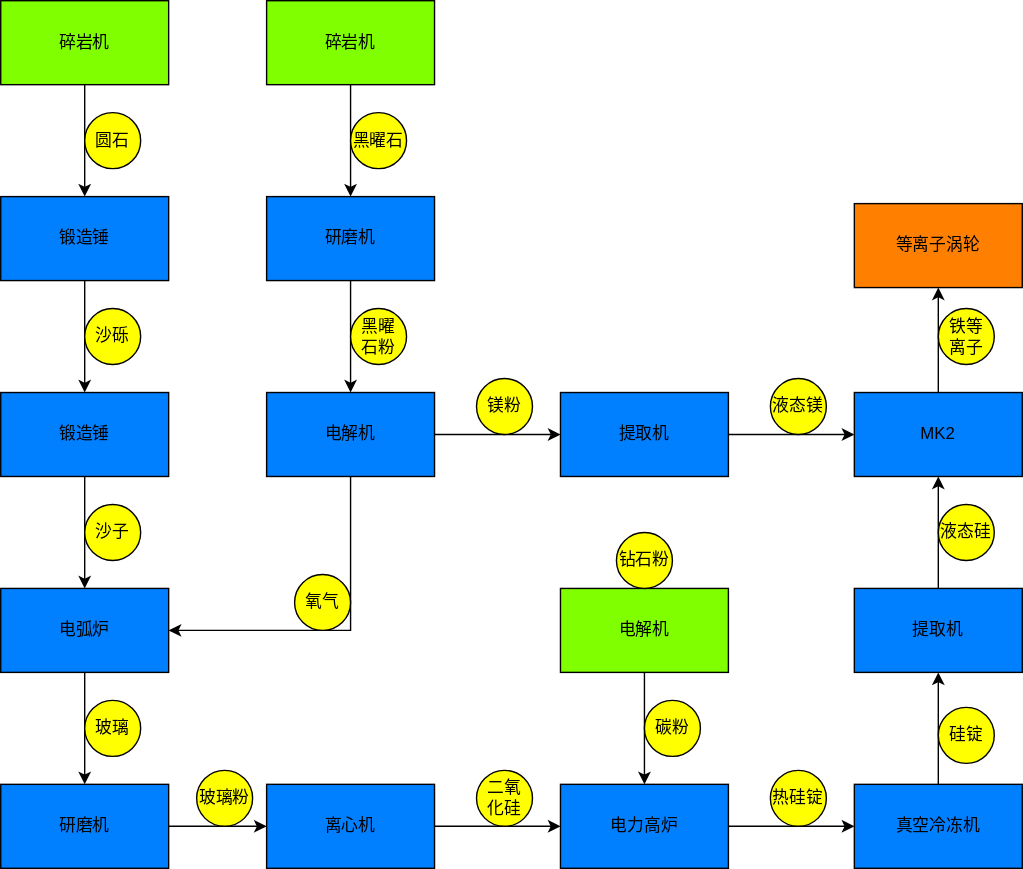
Alendill/demo keeps this draw.io diagram as demo.svg. Above is the earlier version. Source tidied: cells renumbered, new cells last; positions are measured from the earlier drawing's top-left corner, leaving out a move shared by most shapes. The source it was exported from:
```xml
<mxGraphModel>
  <root>
    <mxCell id="0" />
    <mxCell id="1" parent="0" />
    <mxCell id="2" style="edgeStyle=orthogonalEdgeStyle;rounded=0;jettySize=auto;html=1;" parent="1" edge="1" source="3" target="5">
      <mxGeometry relative="1" as="geometry" />
    </mxCell>
    <mxCell id="3" value="碎岩机" style="rounded=0;whiteSpace=wrap;html=1;fillColor=#80FF00;" parent="1" vertex="1">
      <mxGeometry width="120" height="60" as="geometry" />
    </mxCell>
    <mxCell id="4" style="edgeStyle=orthogonalEdgeStyle;rounded=0;jettySize=auto;html=1;exitX=0.5;exitY=1;exitDx=0;exitDy=0;entryX=0.5;entryY=0;entryDx=0;entryDy=0;" parent="1" edge="1" source="5" target="7">
      <mxGeometry relative="1" as="geometry" />
    </mxCell>
    <mxCell id="5" value="锻造锤" style="rounded=0;whiteSpace=wrap;html=1;fillColor=#007FFF;" parent="1" vertex="1">
      <mxGeometry y="140" width="120" height="60" as="geometry" />
    </mxCell>
    <mxCell id="6" style="edgeStyle=orthogonalEdgeStyle;rounded=0;jettySize=auto;html=1;" parent="1" edge="1" source="7" target="9">
      <mxGeometry relative="1" as="geometry" />
    </mxCell>
    <mxCell id="7" value="锻造锤" style="whiteSpace=wrap;html=1;fillColor=#007FFF;" parent="1" vertex="1">
      <mxGeometry y="280" width="120" height="60" as="geometry" />
    </mxCell>
    <mxCell id="8" style="edgeStyle=orthogonalEdgeStyle;rounded=0;jettySize=auto;html=1;" parent="1" edge="1" source="9" target="18">
      <mxGeometry relative="1" as="geometry" />
    </mxCell>
    <mxCell id="9" value="电弧炉" style="whiteSpace=wrap;html=1;fillColor=#007FFF;" parent="1" vertex="1">
      <mxGeometry y="420" width="120" height="60" as="geometry" />
    </mxCell>
    <mxCell id="10" style="edgeStyle=orthogonalEdgeStyle;rounded=0;jettySize=auto;html=1;" parent="1" edge="1" source="11" target="13">
      <mxGeometry relative="1" as="geometry" />
    </mxCell>
    <mxCell id="11" value="碎岩机" style="whiteSpace=wrap;html=1;fillColor=#80FF00;" parent="1" vertex="1">
      <mxGeometry x="190" width="120" height="60" as="geometry" />
    </mxCell>
    <mxCell id="12" style="edgeStyle=orthogonalEdgeStyle;rounded=0;jettySize=auto;html=1;" parent="1" edge="1" source="13" target="16">
      <mxGeometry relative="1" as="geometry" />
    </mxCell>
    <mxCell id="13" value="研磨机" style="whiteSpace=wrap;html=1;fillColor=#007FFF;" parent="1" vertex="1">
      <mxGeometry x="190" y="140" width="120" height="60" as="geometry" />
    </mxCell>
    <mxCell id="14" style="edgeStyle=orthogonalEdgeStyle;rounded=0;jettySize=auto;html=1;exitX=0.5;exitY=1;exitDx=0;exitDy=0;entryX=1;entryY=0.5;entryDx=0;entryDy=0;" parent="1" edge="1" source="16" target="9">
      <mxGeometry relative="1" as="geometry" />
    </mxCell>
    <mxCell id="15" style="edgeStyle=orthogonalEdgeStyle;rounded=0;jettySize=auto;html=1;" parent="1" edge="1" source="16" target="28">
      <mxGeometry relative="1" as="geometry" />
    </mxCell>
    <mxCell id="16" value="电解机" style="whiteSpace=wrap;html=1;fillColor=#007FFF;" parent="1" vertex="1">
      <mxGeometry x="190" y="280" width="120" height="60" as="geometry" />
    </mxCell>
    <mxCell id="17" style="edgeStyle=orthogonalEdgeStyle;rounded=0;jettySize=auto;html=1;entryX=0;entryY=0.5;entryDx=0;entryDy=0;" parent="1" edge="1" source="18" target="20">
      <mxGeometry relative="1" as="geometry" />
    </mxCell>
    <mxCell id="18" value="研磨机" style="whiteSpace=wrap;html=1;fillColor=#007FFF;" parent="1" vertex="1">
      <mxGeometry y="560" width="120" height="60" as="geometry" />
    </mxCell>
    <mxCell id="19" style="edgeStyle=orthogonalEdgeStyle;rounded=0;jettySize=auto;html=1;" parent="1" edge="1" source="20" target="22">
      <mxGeometry relative="1" as="geometry" />
    </mxCell>
    <mxCell id="20" value="离心机" style="whiteSpace=wrap;html=1;fillColor=#007FFF;" parent="1" vertex="1">
      <mxGeometry x="190" y="560" width="120" height="60" as="geometry" />
    </mxCell>
    <mxCell id="21" style="edgeStyle=orthogonalEdgeStyle;rounded=0;jettySize=auto;html=1;" parent="1" edge="1" source="22" target="24">
      <mxGeometry relative="1" as="geometry" />
    </mxCell>
    <mxCell id="22" value="电力高炉" style="whiteSpace=wrap;html=1;fillColor=#007FFF;" parent="1" vertex="1">
      <mxGeometry x="400" y="560" width="120" height="60" as="geometry" />
    </mxCell>
    <mxCell id="23" style="edgeStyle=orthogonalEdgeStyle;rounded=0;jettySize=auto;html=1;" parent="1" edge="1" source="24" target="26">
      <mxGeometry relative="1" as="geometry" />
    </mxCell>
    <mxCell id="24" value="真空冷冻机" style="whiteSpace=wrap;html=1;fillColor=#007FFF;" parent="1" vertex="1">
      <mxGeometry x="610" y="560" width="120" height="60" as="geometry" />
    </mxCell>
    <mxCell id="25" style="edgeStyle=orthogonalEdgeStyle;rounded=0;jettySize=auto;html=1;entryX=0.5;entryY=1;entryDx=0;entryDy=0;" parent="1" edge="1" source="26" target="30">
      <mxGeometry relative="1" as="geometry" />
    </mxCell>
    <mxCell id="26" value="提取机" style="whiteSpace=wrap;html=1;fillColor=#007FFF;" parent="1" vertex="1">
      <mxGeometry x="610" y="420" width="120" height="60" as="geometry" />
    </mxCell>
    <mxCell id="27" style="edgeStyle=orthogonalEdgeStyle;rounded=0;jettySize=auto;html=1;entryX=0;entryY=0.5;entryDx=0;entryDy=0;" parent="1" edge="1" source="28" target="30">
      <mxGeometry relative="1" as="geometry" />
    </mxCell>
    <mxCell id="28" value="提取机" style="whiteSpace=wrap;html=1;fillColor=#007FFF;" parent="1" vertex="1">
      <mxGeometry x="400" y="280" width="120" height="60" as="geometry" />
    </mxCell>
    <mxCell id="29" style="edgeStyle=orthogonalEdgeStyle;rounded=0;jettySize=auto;html=1;entryX=0.5;entryY=1;entryDx=0;entryDy=0;" parent="1" edge="1" source="30" target="31">
      <mxGeometry relative="1" as="geometry" />
    </mxCell>
    <mxCell id="30" value="MK2" style="whiteSpace=wrap;html=1;fillColor=#007FFF;" parent="1" vertex="1">
      <mxGeometry x="610" y="280" width="120" height="60" as="geometry" />
    </mxCell>
    <mxCell id="31" value="等离子涡轮" style="whiteSpace=wrap;html=1;fillColor=#FF8000;" parent="1" vertex="1">
      <mxGeometry x="610" y="145" width="120" height="60" as="geometry" />
    </mxCell>
    <mxCell id="32" value="氧气" style="ellipse;whiteSpace=wrap;html=1;fillColor=#FFFF00;" parent="1" vertex="1">
      <mxGeometry x="210" y="410" width="40" height="40" as="geometry" />
    </mxCell>
    <mxCell id="33" value="圆石" style="ellipse;whiteSpace=wrap;html=1;fillColor=#FFFF00;" parent="1" vertex="1">
      <mxGeometry x="60" y="80" width="40" height="40" as="geometry" />
    </mxCell>
    <mxCell id="34" value="沙砾" style="ellipse;whiteSpace=wrap;html=1;fillColor=#FFFF00;" parent="1" vertex="1">
      <mxGeometry x="60" y="220" width="40" height="40" as="geometry" />
    </mxCell>
    <mxCell id="35" value="沙子" style="ellipse;whiteSpace=wrap;html=1;fillColor=#FFFF00;" parent="1" vertex="1">
      <mxGeometry x="60" y="360" width="40" height="40" as="geometry" />
    </mxCell>
    <mxCell id="36" value="热硅锭" style="ellipse;whiteSpace=wrap;html=1;fillColor=#FFFF00;" parent="1" vertex="1">
      <mxGeometry x="550" y="550" width="40" height="40" as="geometry" />
    </mxCell>
    <mxCell id="37" value="玻璃" style="ellipse;whiteSpace=wrap;html=1;fillColor=#FFFF00;" parent="1" vertex="1">
      <mxGeometry x="60" y="500" width="40" height="40" as="geometry" />
    </mxCell>
    <mxCell id="38" value="玻璃粉" style="ellipse;whiteSpace=wrap;html=1;fillColor=#FFFF00;" parent="1" vertex="1">
      <mxGeometry x="140" y="550" width="40" height="40" as="geometry" />
    </mxCell>
    <mxCell id="39" value="二氧&lt;br&gt;化硅" style="ellipse;whiteSpace=wrap;html=1;fillColor=#FFFF00;" parent="1" vertex="1">
      <mxGeometry x="340" y="550" width="40" height="40" as="geometry" />
    </mxCell>
    <mxCell id="40" value="硅锭" style="ellipse;whiteSpace=wrap;html=1;fillColor=#FFFF00;" parent="1" vertex="1">
      <mxGeometry x="670" y="505" width="40" height="40" as="geometry" />
    </mxCell>
    <mxCell id="41" value="液态硅" style="ellipse;whiteSpace=wrap;html=1;fillColor=#FFFF00;" parent="1" vertex="1">
      <mxGeometry x="670" y="360" width="40" height="40" as="geometry" />
    </mxCell>
    <mxCell id="42" style="edgeStyle=orthogonalEdgeStyle;rounded=0;jettySize=auto;html=1;entryX=0.5;entryY=0;entryDx=0;entryDy=0;" parent="1" edge="1" source="43" target="22">
      <mxGeometry relative="1" as="geometry" />
    </mxCell>
    <mxCell id="43" value="电解机" style="whiteSpace=wrap;html=1;fillColor=#80FF00;" parent="1" vertex="1">
      <mxGeometry x="400" y="420" width="120" height="60" as="geometry" />
    </mxCell>
    <mxCell id="44" value="碳粉" style="ellipse;whiteSpace=wrap;html=1;fillColor=#FFFF00;" parent="1" vertex="1">
      <mxGeometry x="460" y="500" width="40" height="40" as="geometry" />
    </mxCell>
    <mxCell id="45" value="钻石粉" style="ellipse;whiteSpace=wrap;html=1;fillColor=#FFFF00;" parent="1" vertex="1">
      <mxGeometry x="440" y="380" width="40" height="40" as="geometry" />
    </mxCell>
    <mxCell id="46" value="黑曜石" style="ellipse;whiteSpace=wrap;html=1;fillColor=#FFFF00;" parent="1" vertex="1">
      <mxGeometry x="250" y="80" width="40" height="40" as="geometry" />
    </mxCell>
    <mxCell id="47" value="黑曜&lt;br&gt;石粉" style="ellipse;whiteSpace=wrap;html=1;fillColor=#FFFF00;" parent="1" vertex="1">
      <mxGeometry x="250" y="220" width="40" height="40" as="geometry" />
    </mxCell>
    <mxCell id="48" value="镁粉" style="ellipse;whiteSpace=wrap;html=1;fillColor=#FFFF00;" parent="1" vertex="1">
      <mxGeometry x="340" y="270" width="40" height="40" as="geometry" />
    </mxCell>
    <mxCell id="49" value="液态镁" style="ellipse;whiteSpace=wrap;html=1;fillColor=#FFFF00;" parent="1" vertex="1">
      <mxGeometry x="550" y="270" width="40" height="40" as="geometry" />
    </mxCell>
    <mxCell id="50" value="铁等&lt;br&gt;离子" style="ellipse;whiteSpace=wrap;html=1;fillColor=#FFFF00;" parent="1" vertex="1">
      <mxGeometry x="670" y="220" width="40" height="40" as="geometry" />
    </mxCell>
  </root>
</mxGraphModel>
```
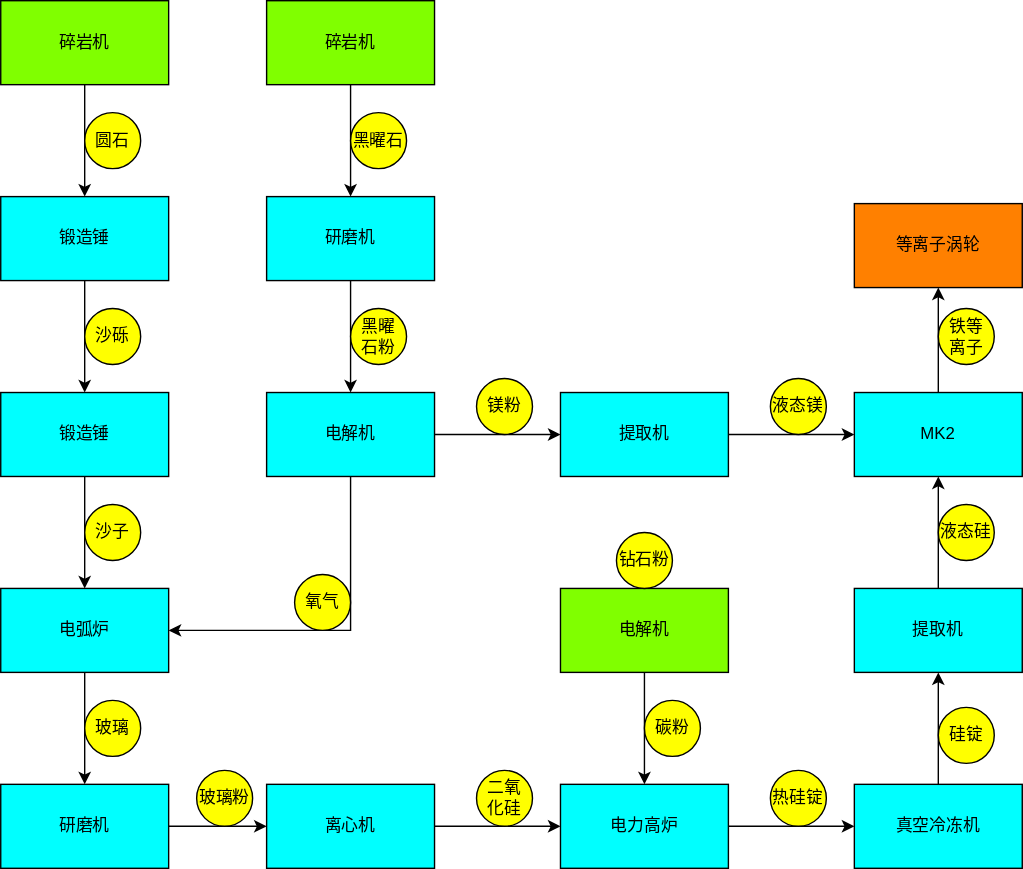
The same file after the commit.

Change to the diagram source:
```diff
@@ -11,19 +11,19 @@
     <mxCell id="4" style="edgeStyle=orthogonalEdgeStyle;rounded=0;jettySize=auto;html=1;exitX=0.5;exitY=1;exitDx=0;exitDy=0;entryX=0.5;entryY=0;entryDx=0;entryDy=0;" parent="1" edge="1" source="5" target="7">
       <mxGeometry relative="1" as="geometry" />
     </mxCell>
-    <mxCell id="5" value="锻造锤" style="rounded=0;whiteSpace=wrap;html=1;fillColor=#007FFF;" parent="1" vertex="1">
+    <mxCell id="5" value="锻造锤" style="rounded=0;whiteSpace=wrap;html=1;fillColor=#00FFFF;" parent="1" vertex="1">
       <mxGeometry y="140" width="120" height="60" as="geometry" />
     </mxCell>
     <mxCell id="6" style="edgeStyle=orthogonalEdgeStyle;rounded=0;jettySize=auto;html=1;" parent="1" edge="1" source="7" target="9">
       <mxGeometry relative="1" as="geometry" />
     </mxCell>
-    <mxCell id="7" value="锻造锤" style="whiteSpace=wrap;html=1;fillColor=#007FFF;" parent="1" vertex="1">
+    <mxCell id="7" value="锻造锤" style="whiteSpace=wrap;html=1;fillColor=#00FFFF;" parent="1" vertex="1">
       <mxGeometry y="280" width="120" height="60" as="geometry" />
     </mxCell>
     <mxCell id="8" style="edgeStyle=orthogonalEdgeStyle;rounded=0;jettySize=auto;html=1;" parent="1" edge="1" source="9" target="18">
       <mxGeometry relative="1" as="geometry" />
     </mxCell>
-    <mxCell id="9" value="电弧炉" style="whiteSpace=wrap;html=1;fillColor=#007FFF;" parent="1" vertex="1">
+    <mxCell id="9" value="电弧炉" style="whiteSpace=wrap;html=1;fillColor=#00FFFF;" parent="1" vertex="1">
       <mxGeometry y="420" width="120" height="60" as="geometry" />
     </mxCell>
     <mxCell id="10" style="edgeStyle=orthogonalEdgeStyle;rounded=0;jettySize=auto;html=1;" parent="1" edge="1" source="11" target="13">
@@ -35,7 +35,7 @@
     <mxCell id="12" style="edgeStyle=orthogonalEdgeStyle;rounded=0;jettySize=auto;html=1;" parent="1" edge="1" source="13" target="16">
       <mxGeometry relative="1" as="geometry" />
     </mxCell>
-    <mxCell id="13" value="研磨机" style="whiteSpace=wrap;html=1;fillColor=#007FFF;" parent="1" vertex="1">
+    <mxCell id="13" value="研磨机" style="whiteSpace=wrap;html=1;fillColor=#00FFFF;" parent="1" vertex="1">
       <mxGeometry x="190" y="140" width="120" height="60" as="geometry" />
     </mxCell>
     <mxCell id="14" style="edgeStyle=orthogonalEdgeStyle;rounded=0;jettySize=auto;html=1;exitX=0.5;exitY=1;exitDx=0;exitDy=0;entryX=1;entryY=0.5;entryDx=0;entryDy=0;" parent="1" edge="1" source="16" target="9">
@@ -44,49 +44,49 @@
     <mxCell id="15" style="edgeStyle=orthogonalEdgeStyle;rounded=0;jettySize=auto;html=1;" parent="1" edge="1" source="16" target="28">
       <mxGeometry relative="1" as="geometry" />
     </mxCell>
-    <mxCell id="16" value="电解机" style="whiteSpace=wrap;html=1;fillColor=#007FFF;" parent="1" vertex="1">
+    <mxCell id="16" value="电解机" style="whiteSpace=wrap;html=1;fillColor=#00FFFF;" parent="1" vertex="1">
       <mxGeometry x="190" y="280" width="120" height="60" as="geometry" />
     </mxCell>
     <mxCell id="17" style="edgeStyle=orthogonalEdgeStyle;rounded=0;jettySize=auto;html=1;entryX=0;entryY=0.5;entryDx=0;entryDy=0;" parent="1" edge="1" source="18" target="20">
       <mxGeometry relative="1" as="geometry" />
     </mxCell>
-    <mxCell id="18" value="研磨机" style="whiteSpace=wrap;html=1;fillColor=#007FFF;" parent="1" vertex="1">
+    <mxCell id="18" value="研磨机" style="whiteSpace=wrap;html=1;fillColor=#00FFFF;" parent="1" vertex="1">
       <mxGeometry y="560" width="120" height="60" as="geometry" />
     </mxCell>
     <mxCell id="19" style="edgeStyle=orthogonalEdgeStyle;rounded=0;jettySize=auto;html=1;" parent="1" edge="1" source="20" target="22">
       <mxGeometry relative="1" as="geometry" />
     </mxCell>
-    <mxCell id="20" value="离心机" style="whiteSpace=wrap;html=1;fillColor=#007FFF;" parent="1" vertex="1">
+    <mxCell id="20" value="离心机" style="whiteSpace=wrap;html=1;fillColor=#00FFFF;" parent="1" vertex="1">
       <mxGeometry x="190" y="560" width="120" height="60" as="geometry" />
     </mxCell>
     <mxCell id="21" style="edgeStyle=orthogonalEdgeStyle;rounded=0;jettySize=auto;html=1;" parent="1" edge="1" source="22" target="24">
       <mxGeometry relative="1" as="geometry" />
     </mxCell>
-    <mxCell id="22" value="电力高炉" style="whiteSpace=wrap;html=1;fillColor=#007FFF;" parent="1" vertex="1">
+    <mxCell id="22" value="电力高炉" style="whiteSpace=wrap;html=1;fillColor=#00FFFF;" parent="1" vertex="1">
       <mxGeometry x="400" y="560" width="120" height="60" as="geometry" />
     </mxCell>
     <mxCell id="23" style="edgeStyle=orthogonalEdgeStyle;rounded=0;jettySize=auto;html=1;" parent="1" edge="1" source="24" target="26">
       <mxGeometry relative="1" as="geometry" />
     </mxCell>
-    <mxCell id="24" value="真空冷冻机" style="whiteSpace=wrap;html=1;fillColor=#007FFF;" parent="1" vertex="1">
+    <mxCell id="24" value="真空冷冻机" style="whiteSpace=wrap;html=1;fillColor=#00FFFF;" parent="1" vertex="1">
       <mxGeometry x="610" y="560" width="120" height="60" as="geometry" />
     </mxCell>
     <mxCell id="25" style="edgeStyle=orthogonalEdgeStyle;rounded=0;jettySize=auto;html=1;entryX=0.5;entryY=1;entryDx=0;entryDy=0;" parent="1" edge="1" source="26" target="30">
       <mxGeometry relative="1" as="geometry" />
     </mxCell>
-    <mxCell id="26" value="提取机" style="whiteSpace=wrap;html=1;fillColor=#007FFF;" parent="1" vertex="1">
+    <mxCell id="26" value="提取机" style="whiteSpace=wrap;html=1;fillColor=#00FFFF;" parent="1" vertex="1">
       <mxGeometry x="610" y="420" width="120" height="60" as="geometry" />
     </mxCell>
     <mxCell id="27" style="edgeStyle=orthogonalEdgeStyle;rounded=0;jettySize=auto;html=1;entryX=0;entryY=0.5;entryDx=0;entryDy=0;" parent="1" edge="1" source="28" target="30">
       <mxGeometry relative="1" as="geometry" />
     </mxCell>
-    <mxCell id="28" value="提取机" style="whiteSpace=wrap;html=1;fillColor=#007FFF;" parent="1" vertex="1">
+    <mxCell id="28" value="提取机" style="whiteSpace=wrap;html=1;fillColor=#00FFFF;" parent="1" vertex="1">
       <mxGeometry x="400" y="280" width="120" height="60" as="geometry" />
     </mxCell>
     <mxCell id="29" style="edgeStyle=orthogonalEdgeStyle;rounded=0;jettySize=auto;html=1;entryX=0.5;entryY=1;entryDx=0;entryDy=0;" parent="1" edge="1" source="30" target="31">
       <mxGeometry relative="1" as="geometry" />
     </mxCell>
-    <mxCell id="30" value="MK2" style="whiteSpace=wrap;html=1;fillColor=#007FFF;" parent="1" vertex="1">
+    <mxCell id="30" value="MK2" style="whiteSpace=wrap;html=1;fillColor=#00FFFF;" parent="1" vertex="1">
       <mxGeometry x="610" y="280" width="120" height="60" as="geometry" />
     </mxCell>
     <mxCell id="31" value="等离子涡轮" style="whiteSpace=wrap;html=1;fillColor=#FF8000;" parent="1" vertex="1">
```
